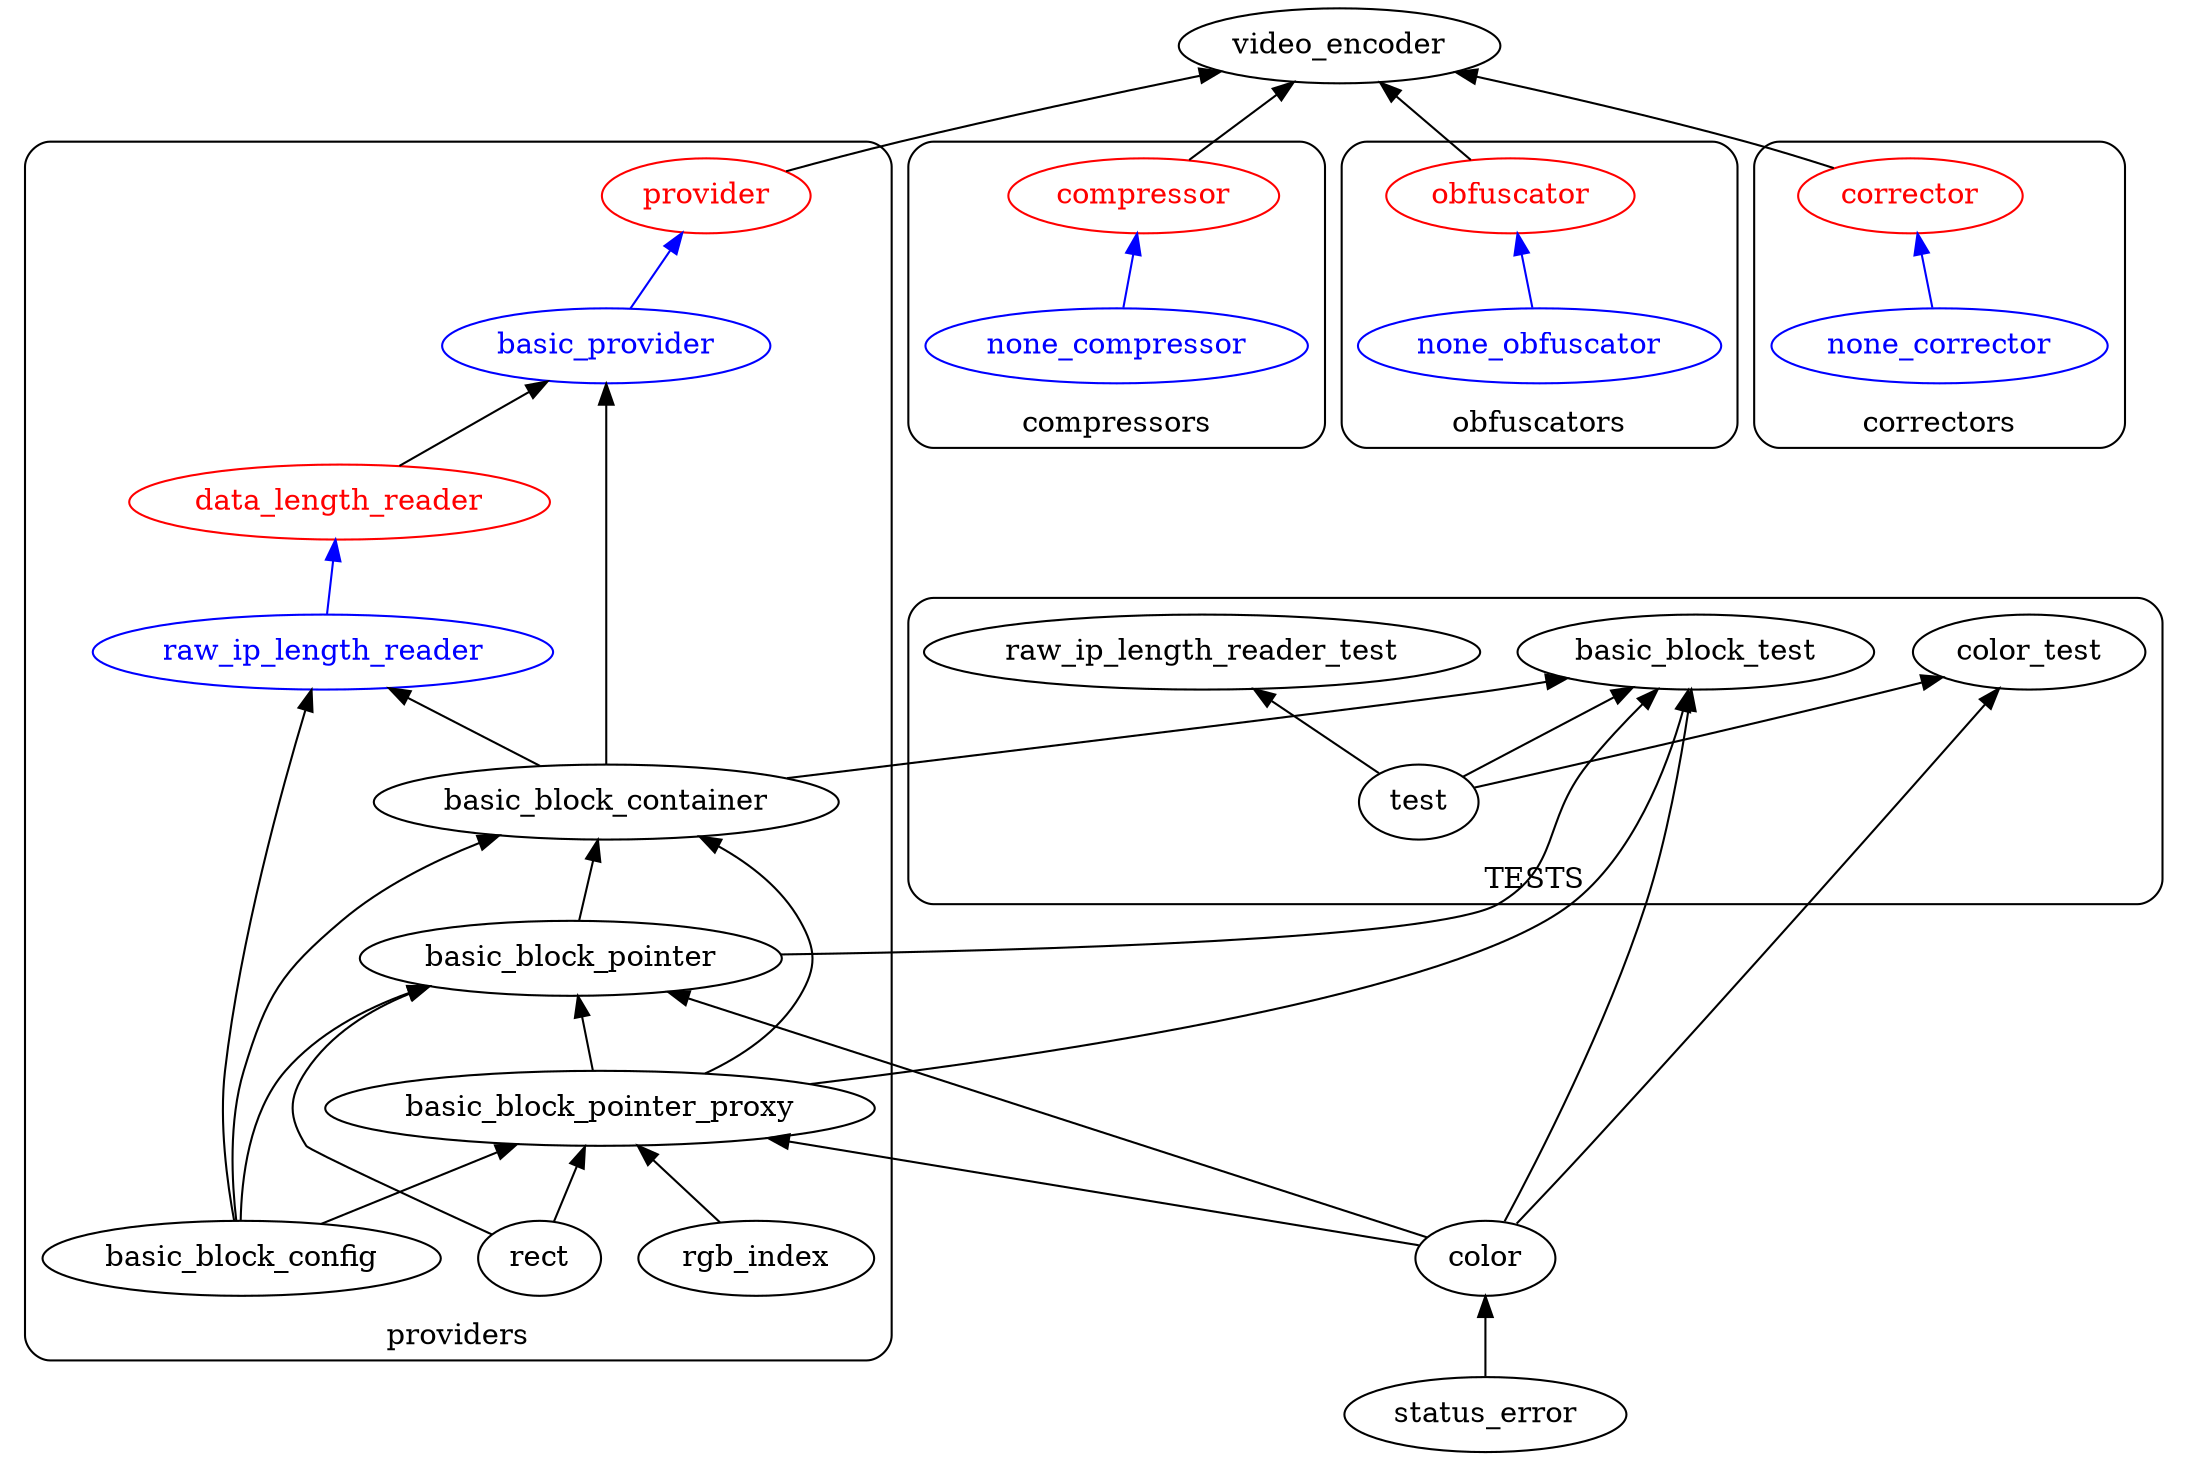
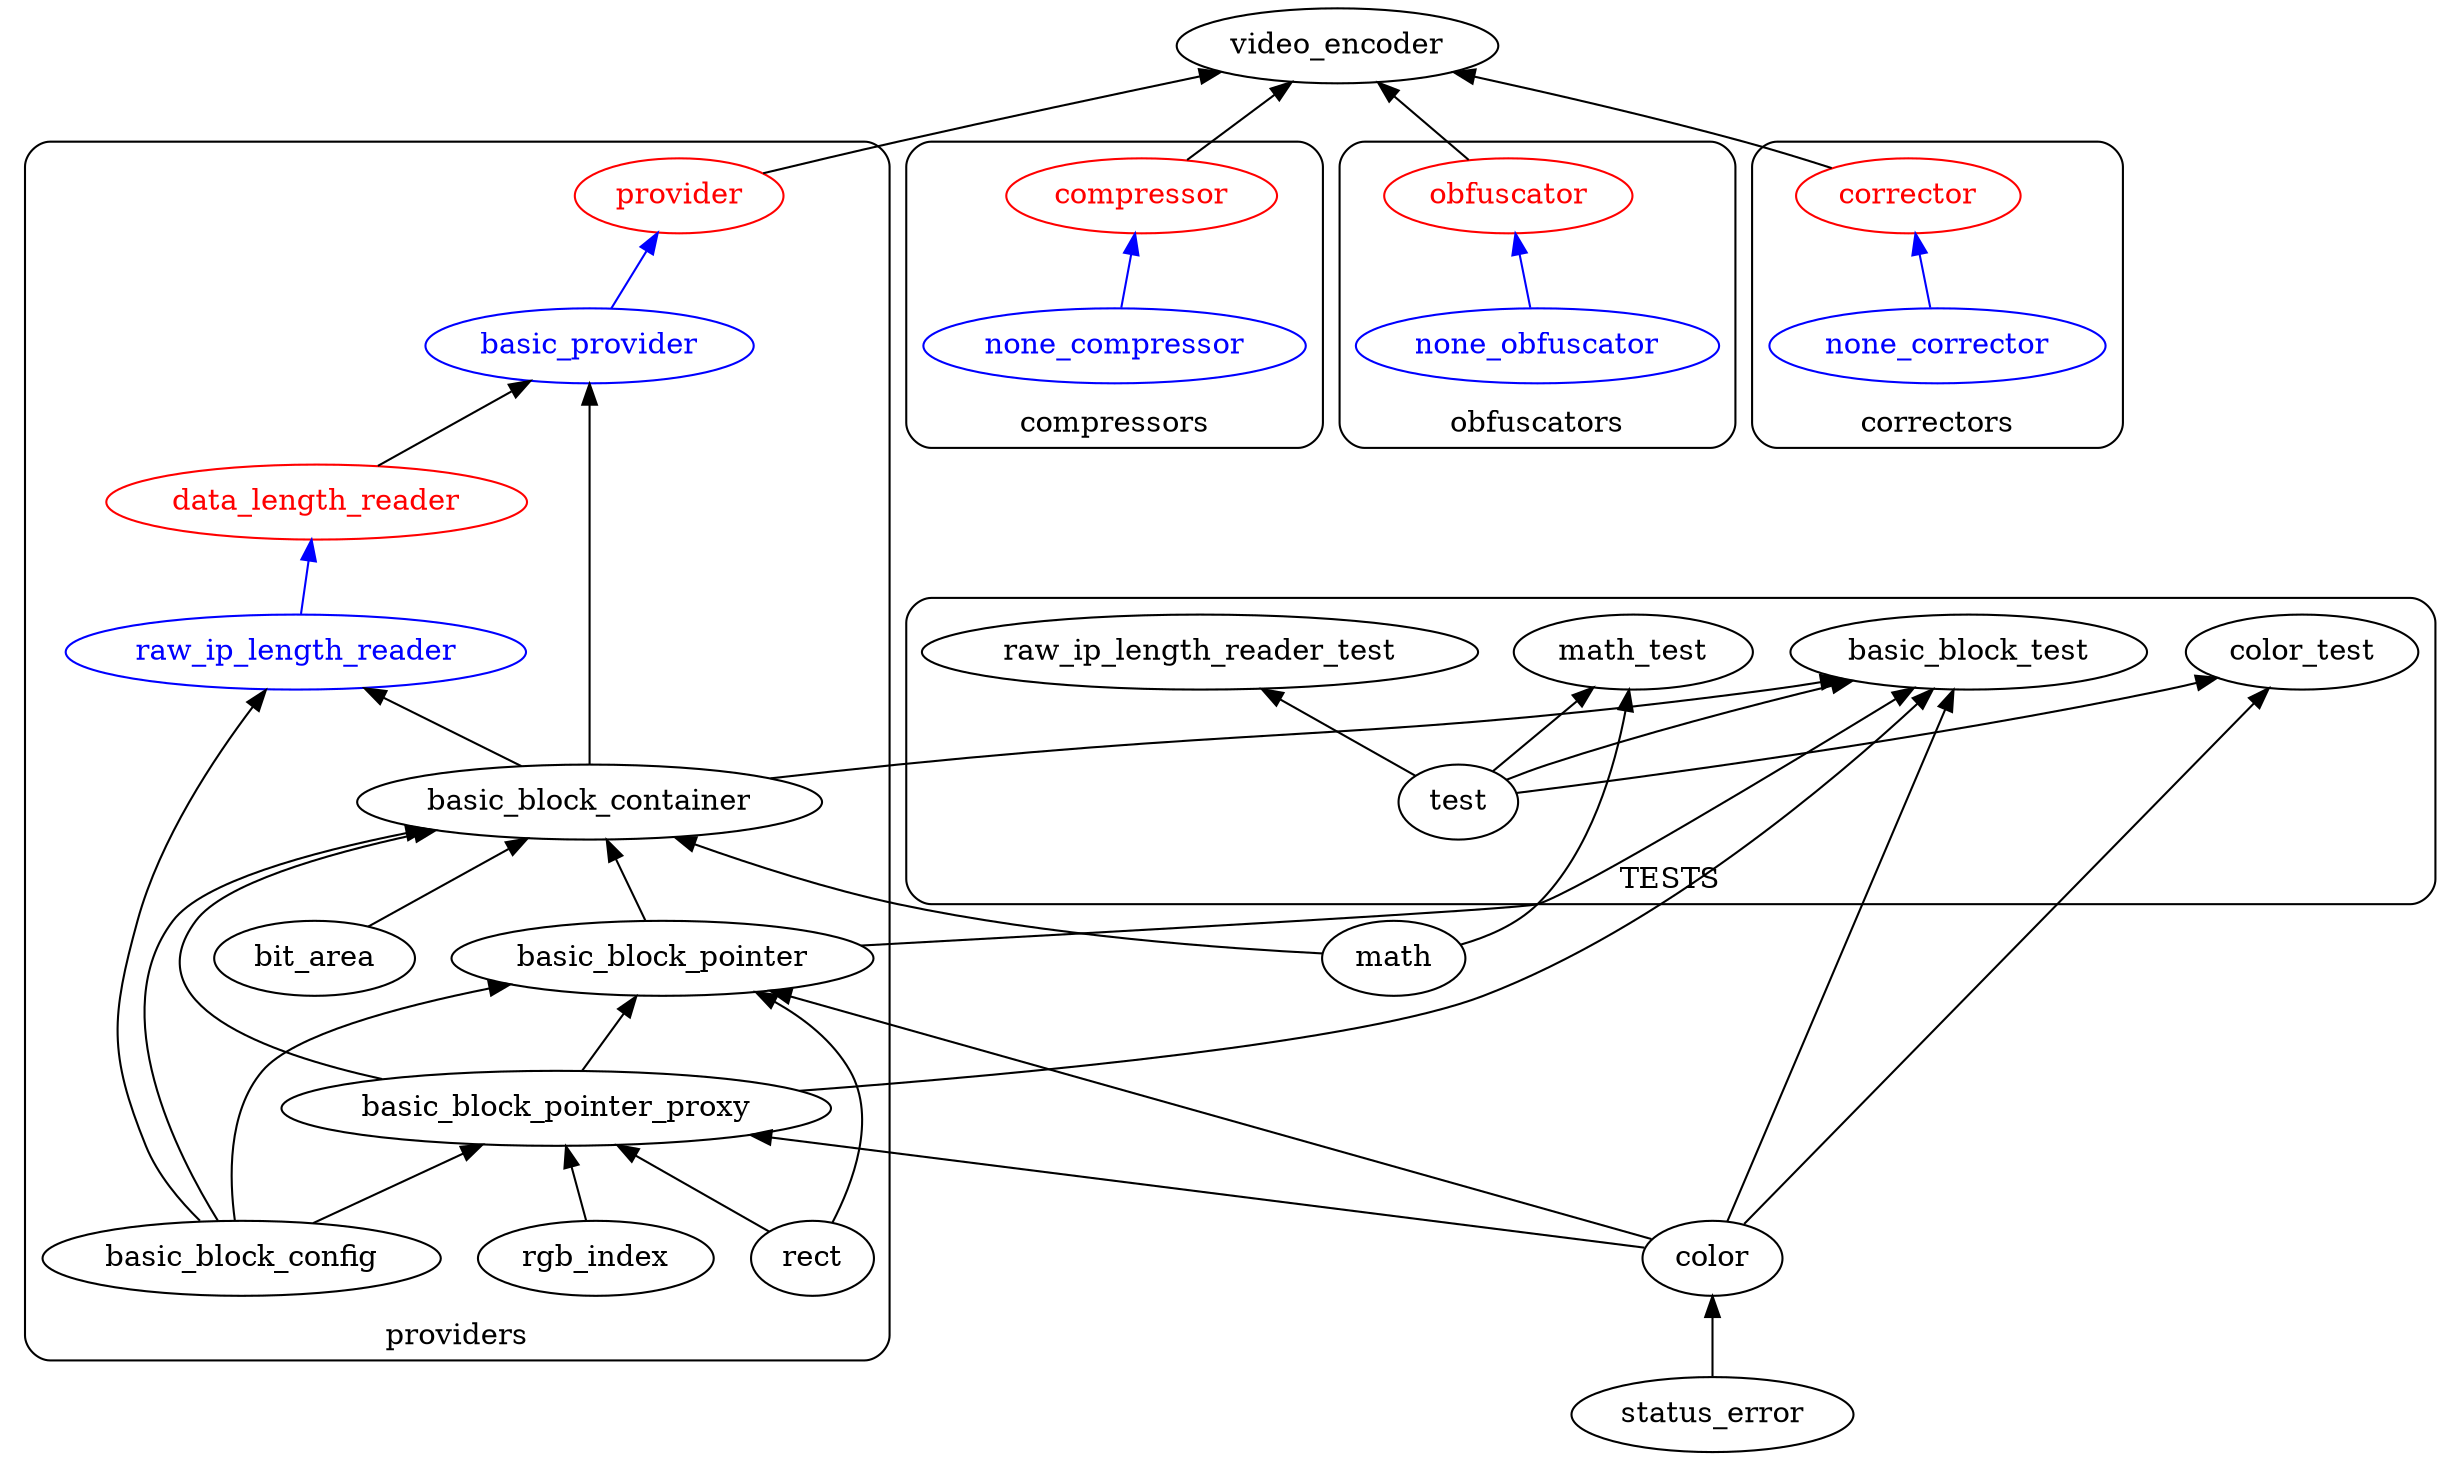
digraph {
    rankdir=BT;

    subgraph src{
        subgraph cluster_providers {
            label="providers";
            style=rounded;
            color=black;

            provider[
                color=red;
                fontcolor=red;
            ];
            basic_provider[
                color=blue;
                fontcolor=blue;
            ];
            subgraph basic_block{
                basic_block_container;
                basic_block_pointer;
                basic_block_pointer_proxy;
                data_length_reader [
                    color=red;
                    fontcolor=red;
                ];
                raw_ip_length_reader[
                    color=blue;
                    fontcolor=blue;
                ];
+                 bit_area;

                basic_provider->provider [color=blue;];

                basic_block_container->basic_provider [weight=1000; ];

                basic_block_pointer->basic_block_container;

                basic_block_pointer_proxy->basic_block_pointer;
                basic_block_pointer_proxy->basic_block_container;

- 
+                 bit_area->basic_block_container;
            }

            subgraph data_length_reader{
                raw_ip_length_reader->data_length_reader [color = blue;];
                data_length_reader->basic_provider;

                basic_block_container->raw_ip_length_reader [weight=0.1;];
            }

            basic_block_config;
            rect;
            rgb_index;

            basic_block_config->basic_block_container;
            basic_block_config->basic_block_pointer;
            basic_block_config->basic_block_pointer_proxy;
            basic_block_config->raw_ip_length_reader;

            rect->basic_block_pointer_proxy;
            rect->basic_block_pointer;

            rgb_index->basic_block_pointer_proxy;
        }
        subgraph cluster_compressors {
            label="compressors";
            style=rounded;
            color=black;
            compressor [
                color=red;
                fontcolor=red;
            ];
            none_compressor [
                color=blue;
                fontcolor=blue;
            ];
            none_compressor->compressor [color=blue];
        }

        subgraph cluster_obfuscators
        {
            label="obfuscators";
            style=rounded;
            color=black;

            obfuscator[
                color = red;
                fontcolor=red;
            ];
            none_obfuscator [
                color=blue;
                fontcolor=blue;
            ];

            none_obfuscator->obfuscator [color=blue];
        }

        subgraph cluster_correctors{
            label="correctors";
            style=rounded;
            color=black;

            corrector[
                color = red;
                fontcolor=red;
            ];
            none_corrector [
                color=blue;
                fontcolor=blue;
            ];

            none_corrector->corrector [color=blue];
        }

        video_encoder;
        color;
        status_error;
+         math;

        provider->video_encoder;
        compressor->video_encoder;
        obfuscator->video_encoder;
        corrector->video_encoder;

        color->basic_block_pointer_proxy [minlen=1];
        color->basic_block_pointer [minlen=1];

        status_error->color;
+ 
+         math->basic_block_container;
    }

    subgraph cluster_test{
        style=rounded;
        label="TESTS";
        subgraph lib{
            test;
        }

        color_test;
        basic_block_test;
        raw_ip_length_reader_test;
+         math_test;

        test->color_test;
        test->basic_block_test;
        test->raw_ip_length_reader_test;
+         test->math_test;
    }

    color->basic_block_test [minlen=3];
    color->color_test [minlen=3];

+     math->math_test;
+ 
    basic_block_pointer_proxy->basic_block_test;
    basic_block_container->basic_block_test;
    basic_block_pointer->basic_block_test;
}